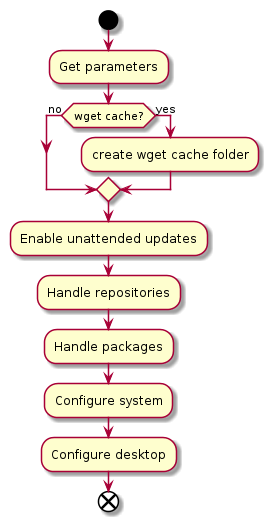
cslucr/ubuntu-ucr keeps this PlantUML diagram as docs/uml/main.png. Above is the earlier version.
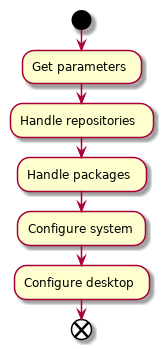
After the commit.

Change to the diagram source:
```diff
@@ -1,11 +1,6 @@
 @startuml
 start
 :Get parameters;
-if (wget cache?) then (no)
-else (yes)
-  :create wget cache folder;
-endif
-:Enable unattended updates;
 :Handle repositories;
 :Handle packages;
 :Configure system;
```
